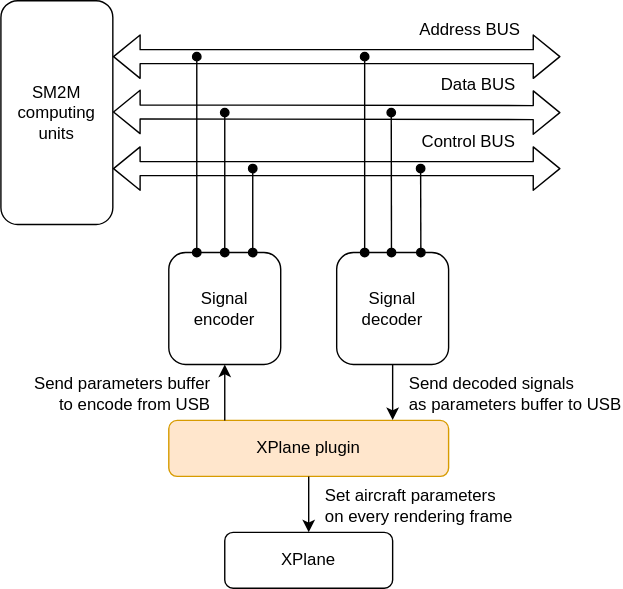
Above: sm2xpl/design.svg in artemkorobko/an26sim (draw.io), before the change. Source tidied: cells renumbered, new cells last; positions are measured from the earlier drawing's top-left corner, leaving out a move shared by most shapes.
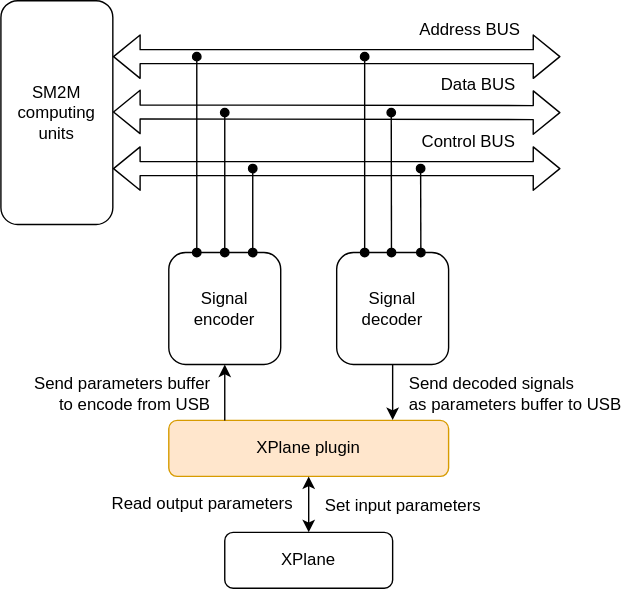
After the commit.

Commit message:
Update architecture design

Diff of the diagram source:
```diff
@@ -44,10 +44,10 @@
     <mxCell id="11" value="XPlane" style="rounded=1;whiteSpace=wrap;html=1;fontSize=12;labelBackgroundColor=none;" parent="1" vertex="1">
       <mxGeometry x="160" y="380" width="120" height="40" as="geometry" />
     </mxCell>
-    <mxCell id="12" style="endArrow=classic;html=1;fontSize=12;exitX=0.5;exitY=1;exitDx=0;exitDy=0;entryX=0.5;entryY=0;entryDx=0;entryDy=0;labelBackgroundColor=none;" parent="1" edge="1" source="8" target="11">
+    <mxCell id="12" style="endArrow=classic;html=1;fontSize=12;exitX=0.5;exitY=1;exitDx=0;exitDy=0;entryX=0.5;entryY=0;entryDx=0;entryDy=0;labelBackgroundColor=none;startArrow=classic;startFill=1;" parent="1" edge="1" source="8" target="11">
       <mxGeometry relative="1" as="geometry" />
     </mxCell>
-    <mxCell id="13" value="Set aircraft parameters&lt;br&gt;on every rendering frame" style="edgeLabel;html=1;align=left;verticalAlign=middle;fontSize=12;labelBackgroundColor=none;" parent="12" vertex="1">
+    <mxCell id="13" value="Set input parameters" style="edgeLabel;html=1;align=left;verticalAlign=middle;fontSize=12;labelBackgroundColor=none;" parent="12" vertex="1">
       <mxGeometry x="-0.13" relative="1" as="geometry">
         <mxPoint x="10" y="3" as="offset" />
       </mxGeometry>
@@ -108,5 +108,10 @@
         <mxPoint x="300.2" y="180" as="targetPoint" />
       </mxGeometry>
     </mxCell>
+    <mxCell id="25" value="Read output parameters" style="edgeLabel;html=1;align=right;verticalAlign=middle;fontSize=12;labelBackgroundColor=none;" parent="1" vertex="1">
+      <mxGeometry x="70" y="379" as="geometry">
+        <mxPoint x="139" y="-20" as="offset" />
+      </mxGeometry>
+    </mxCell>
   </root>
 </mxGraphModel>
```
